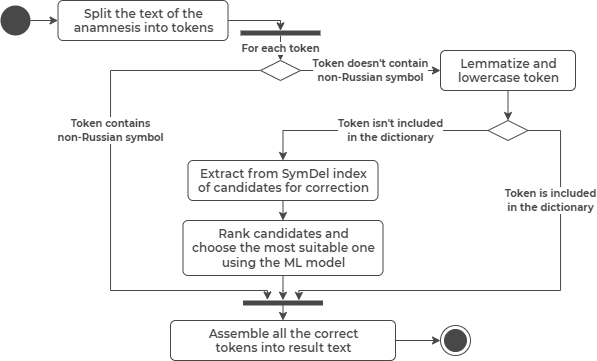
DmitryPogrebnoy/MedSpellChecker keeps this draw.io diagram as presentation_materials/figures/spellchecking_process_for_presentation.drawio.png. Above is the earlier version. Source tidied: cells renumbered, new cells last; positions are measured from the earlier drawing's top-left corner, leaving out a move shared by most shapes.
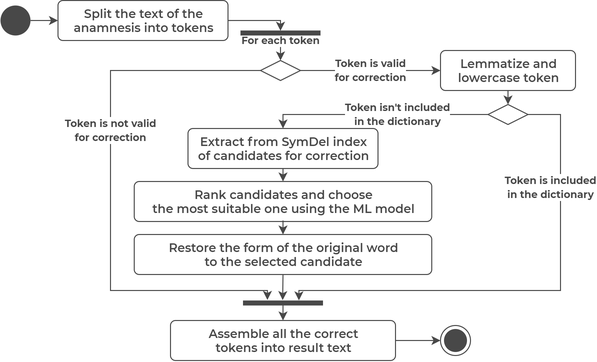
Above is the later version.

The edit, as a diff of the source:
```diff
@@ -12,32 +12,32 @@
       <mxGeometry x="57.5" width="170" height="40" as="geometry" />
     </mxCell>
     <mxCell id="5" value="&lt;b style=&quot;color: rgb(72 , 72 , 72) ; font-family: &amp;#34;montserrat&amp;#34; ; font-size: x-small ; font-style: normal ; letter-spacing: normal ; text-align: center ; text-indent: 0px ; text-transform: none ; word-spacing: 0px&quot;&gt;For each token&lt;/b&gt;" style="edgeStyle=orthogonalEdgeStyle;rounded=0;jettySize=auto;html=1;strokeColor=#484848;exitX=1.031;exitY=0.5;exitDx=0;exitDy=0;exitPerimeter=0;fontFamily=Montserrat Semibold;entryX=0.5;entryY=0;entryDx=0;entryDy=0;" parent="1" edge="1" source="17" target="21">
-      <mxGeometry relative="1" as="geometry" />
+      <mxGeometry x="-0.61" relative="1" as="geometry" />
     </mxCell>
     <mxCell id="6" style="rhombus;strokeColor=#484848;fillColor=#FFFFFF;direction=north;rotation=90;fontFamily=Montserrat Semibold;" parent="1" vertex="1">
-      <mxGeometry x="497.5" y="110" width="20" height="40" as="geometry" />
+      <mxGeometry x="497.5" y="94" width="20" height="40" as="geometry" />
     </mxCell>
     <mxCell id="7" value="&lt;b style=&quot;border-color: var(--border-color); color: rgb(72, 72, 72); font-family: montserrat; font-size: x-small;&quot;&gt;Token isn't included&lt;br style=&quot;border-color: var(--border-color);&quot;&gt;in the dictionary&lt;/b&gt;&lt;font color=&quot;#484848&quot; face=&quot;montserrat&quot; size=&quot;1&quot;&gt;&lt;b&gt;&lt;br&gt;&lt;/b&gt;&lt;/font&gt;" style="edgeStyle=orthogonalEdgeStyle;rounded=0;jettySize=auto;html=1;strokeColor=#484848;exitX=0;exitY=0.5;exitDx=0;exitDy=0;entryX=0.5;entryY=0;entryDx=0;entryDy=0;fontFamily=Montserrat Semibold;" parent="1" edge="1" source="6" target="9">
       <mxGeometry x="-0.17" relative="1" as="geometry">
         <Array as="points">
-          <mxPoint x="283" y="130" />
+          <mxPoint x="283" y="114" />
         </Array>
       </mxGeometry>
     </mxCell>
     <mxCell id="8" value="&lt;b style=&quot;border-color: var(--border-color); color: rgb(72, 72, 72); font-family: montserrat; font-size: x-small;&quot;&gt;Token is included &lt;br&gt;in the dictionary&lt;/b&gt;" style="edgeStyle=orthogonalEdgeStyle;rounded=0;jettySize=auto;html=1;strokeColor=#484848;exitX=1;exitY=0.5;exitDx=0;exitDy=0;entryX=-0.016;entryY=0.301;entryDx=0;entryDy=0;entryPerimeter=0;fontFamily=Montserrat Semibold;" parent="1" edge="1" source="6" target="18">
       <mxGeometry x="-0.56" y="-10" relative="1" as="geometry">
         <Array as="points">
-          <mxPoint x="560" y="130" />
+          <mxPoint x="560" y="114" />
           <mxPoint x="560" y="290" />
           <mxPoint x="298" y="290" />
         </Array>
       </mxGeometry>
     </mxCell>
     <mxCell id="9" value="&lt;font color=&quot;#484848&quot;&gt;&lt;b&gt;Extract from SymDel index &lt;br&gt;of candidates for correction&lt;/b&gt;&lt;/font&gt;" style="html=1;align=center;verticalAlign=top;rounded=1;absoluteArcSize=1;arcSize=10;dashed=0;fillColor=#FFFFFF;strokeColor=#484848;fontFamily=Montserrat Semibold;" parent="1" vertex="1">
-      <mxGeometry x="187.5" y="160" width="190" height="40" as="geometry" />
+      <mxGeometry x="187.5" y="128" width="190" height="40" as="geometry" />
     </mxCell>
-    <mxCell id="10" value="&lt;font color=&quot;#484848&quot;&gt;&lt;b style=&quot;&quot;&gt;Rank candidates and &lt;br&gt;choose the most suitable one &lt;br&gt;using the ML model&lt;/b&gt;&lt;/font&gt;" style="html=1;align=center;verticalAlign=top;rounded=1;absoluteArcSize=1;arcSize=10;dashed=0;fillColor=#FFFFFF;strokeColor=#484848;fontFamily=Montserrat Semibold;" parent="1" vertex="1">
-      <mxGeometry x="182.5" y="220" width="200" height="55" as="geometry" />
+    <mxCell id="10" value="&lt;font color=&quot;#484848&quot;&gt;&lt;b style=&quot;&quot;&gt;Rank candidates and choose &lt;br&gt;the most suitable one using the ML model&lt;/b&gt;&lt;/font&gt;" style="html=1;align=center;verticalAlign=top;rounded=1;absoluteArcSize=1;arcSize=10;dashed=0;fillColor=#FFFFFF;strokeColor=#484848;fontFamily=Montserrat Semibold;" parent="1" vertex="1">
+      <mxGeometry x="133.8" y="181" width="297.5" height="40" as="geometry" />
     </mxCell>
     <mxCell id="11" style="edgeStyle=orthogonalEdgeStyle;rounded=0;jettySize=auto;html=1;strokeColor=#484848;exitX=0.5;exitY=1;exitDx=0;exitDy=0;entryX=0.5;entryY=0;entryDx=0;entryDy=0;fontFamily=Montserrat Semibold;" parent="1" edge="1" source="9" target="10">
       <mxGeometry x="-0.11" relative="1" as="geometry" />
@@ -45,11 +45,11 @@
     <mxCell id="12" value="&lt;font color=&quot;#484848&quot;&gt;&lt;b&gt;Assemble all the correct &lt;br&gt;tokens into result text&lt;/b&gt;&lt;/font&gt;" style="html=1;align=center;verticalAlign=top;rounded=1;absoluteArcSize=1;arcSize=10;dashed=0;fillColor=#FFFFFF;strokeColor=#484848;fontFamily=Montserrat Semibold;" parent="1" vertex="1">
       <mxGeometry x="170" y="320" width="225" height="40" as="geometry" />
     </mxCell>
-    <mxCell id="13" style="edgeStyle=orthogonalEdgeStyle;rounded=0;jettySize=auto;html=1;strokeColor=#484848;exitX=0.5;exitY=1;exitDx=0;exitDy=0;entryX=-0.056;entryY=0.501;entryDx=0;entryDy=0;entryPerimeter=0;fontFamily=Montserrat Semibold;" parent="1" edge="1" source="10" target="18">
+    <mxCell id="13" style="edgeStyle=orthogonalEdgeStyle;rounded=0;jettySize=auto;html=1;strokeColor=#484848;exitX=0.5;exitY=1;exitDx=0;exitDy=0;entryX=0.5;entryY=0;entryDx=0;entryDy=0;fontFamily=Montserrat Semibold;" parent="1" edge="1" source="10" target="25">
       <mxGeometry x="-0.11" relative="1" as="geometry">
         <Array as="points">
-          <mxPoint x="282" y="290" />
-          <mxPoint x="282" y="290" />
+          <mxPoint x="283" y="220" />
+          <mxPoint x="283" y="220" />
         </Array>
       </mxGeometry>
     </mxCell>
@@ -81,7 +81,7 @@
     <mxCell id="21" style="rhombus;strokeColor=#484848;fillColor=#FFFFFF;direction=north;rotation=90;fontFamily=Montserrat Semibold;" parent="1" vertex="1">
       <mxGeometry x="270" y="50" width="20" height="40" as="geometry" />
     </mxCell>
-    <mxCell id="22" value="&lt;font size=&quot;1&quot; face=&quot;montserrat&quot; color=&quot;#484848&quot;&gt;&lt;b&gt;Token contains&lt;br&gt;non-Russian symbol&lt;/b&gt;&lt;/font&gt;" style="edgeStyle=orthogonalEdgeStyle;rounded=0;jettySize=auto;html=1;strokeColor=#484848;exitX=0;exitY=0.5;exitDx=0;exitDy=0;fontFamily=Montserrat Semibold;entryX=-0.111;entryY=0.695;entryDx=0;entryDy=0;entryPerimeter=0;" parent="1" edge="1" source="21" target="18">
+    <mxCell id="22" value="&lt;font size=&quot;1&quot; face=&quot;montserrat&quot; color=&quot;#484848&quot;&gt;&lt;b&gt;Token is not valid &lt;br&gt;for correction&lt;/b&gt;&lt;/font&gt;" style="edgeStyle=orthogonalEdgeStyle;rounded=0;jettySize=auto;html=1;strokeColor=#484848;exitX=0;exitY=0.5;exitDx=0;exitDy=0;fontFamily=Montserrat Semibold;entryX=-0.111;entryY=0.695;entryDx=0;entryDy=0;entryPerimeter=0;" parent="1" edge="1" source="21" target="18">
       <mxGeometry x="-0.22" relative="1" as="geometry">
         <Array as="points">
           <mxPoint x="110" y="70" />
@@ -90,11 +90,17 @@
         </Array>
       </mxGeometry>
     </mxCell>
-    <mxCell id="23" value="&lt;font color=&quot;#484848&quot; face=&quot;montserrat&quot; size=&quot;1&quot;&gt;&lt;b&gt;Token doesn't contain &lt;br&gt;non-Russian symbol&lt;br&gt;&lt;/b&gt;&lt;/font&gt;" style="edgeStyle=orthogonalEdgeStyle;rounded=0;jettySize=auto;html=1;strokeColor=#484848;exitX=1;exitY=0.5;exitDx=0;exitDy=0;fontFamily=Montserrat Semibold;entryX=0;entryY=0.5;entryDx=0;entryDy=0;" parent="1" edge="1" source="21" target="20">
+    <mxCell id="23" value="&lt;font color=&quot;#484848&quot; face=&quot;montserrat&quot; size=&quot;1&quot;&gt;&lt;b&gt;Token is valid &lt;br&gt;for correction&lt;/b&gt;&lt;br&gt;&lt;/font&gt;" style="edgeStyle=orthogonalEdgeStyle;rounded=0;jettySize=auto;html=1;strokeColor=#484848;exitX=1;exitY=0.5;exitDx=0;exitDy=0;fontFamily=Montserrat Semibold;entryX=0;entryY=0.5;entryDx=0;entryDy=0;" parent="1" edge="1" source="21" target="20">
       <mxGeometry relative="1" as="geometry" />
     </mxCell>
     <mxCell id="24" value="&lt;font color=&quot;#484848&quot; face=&quot;montserrat&quot; size=&quot;1&quot;&gt;&lt;b&gt;&lt;br&gt;&lt;/b&gt;&lt;/font&gt;" style="edgeStyle=orthogonalEdgeStyle;rounded=0;jettySize=auto;html=1;strokeColor=#484848;exitX=0.5;exitY=1;exitDx=0;exitDy=0;entryX=0.5;entryY=0;entryDx=0;entryDy=0;fontFamily=Montserrat Semibold;" parent="1" edge="1" source="20" target="6">
       <mxGeometry x="0.41" relative="1" as="geometry" />
     </mxCell>
+    <mxCell id="25" value="&lt;font color=&quot;#484848&quot;&gt;&lt;b&gt;Restore the form of the original word &lt;br&gt;to the selected candidate&lt;/b&gt;&lt;/font&gt;" style="html=1;align=center;verticalAlign=top;rounded=1;absoluteArcSize=1;arcSize=10;dashed=0;fillColor=#FFFFFF;strokeColor=#484848;fontFamily=Montserrat Semibold;" parent="1" vertex="1">
+      <mxGeometry x="133.8" y="234" width="297.5" height="40" as="geometry" />
+    </mxCell>
+    <mxCell id="26" style="rounded=0;jettySize=auto;html=1;strokeColor=#484848;exitX=0.5;exitY=1;exitDx=0;exitDy=0;fontFamily=Montserrat Semibold;entryX=-0.072;entryY=0.504;entryDx=0;entryDy=0;entryPerimeter=0;" parent="1" edge="1" source="25" target="18">
+      <mxGeometry x="-0.11" relative="1" as="geometry" />
+    </mxCell>
   </root>
 </mxGraphModel>
```
